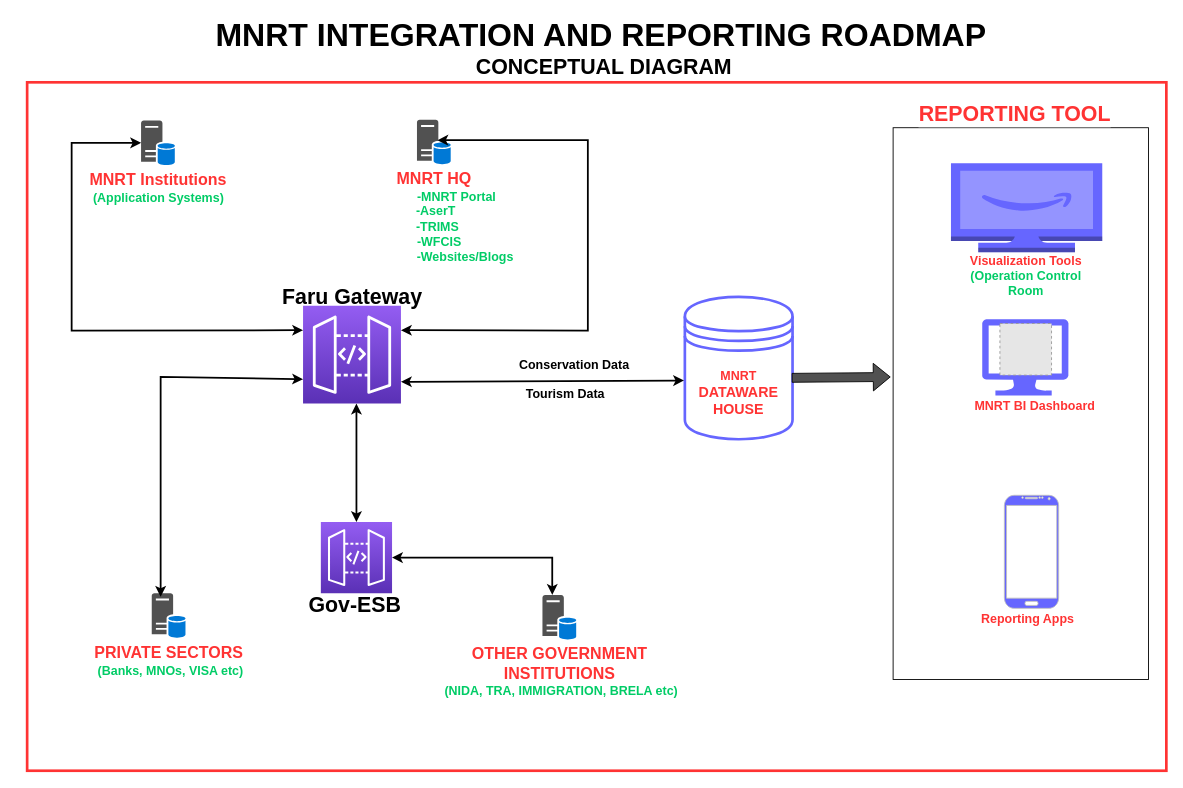
Above: faru-gateway-sketch-template.drawio in MbalamulaS/tech-diagrams (draw.io), before the change. Source tidied: cells renumbered, new cells numbered last; positions are measured from the earlier drawing's top-left corner, leaving out a move shared by most shapes. Both pictures are drawn from the tidied source at 89%, with x=0, y=0 at pixel (27, 20). Pictures stored in the file or linked from it are replaced by grey dashed boxes.
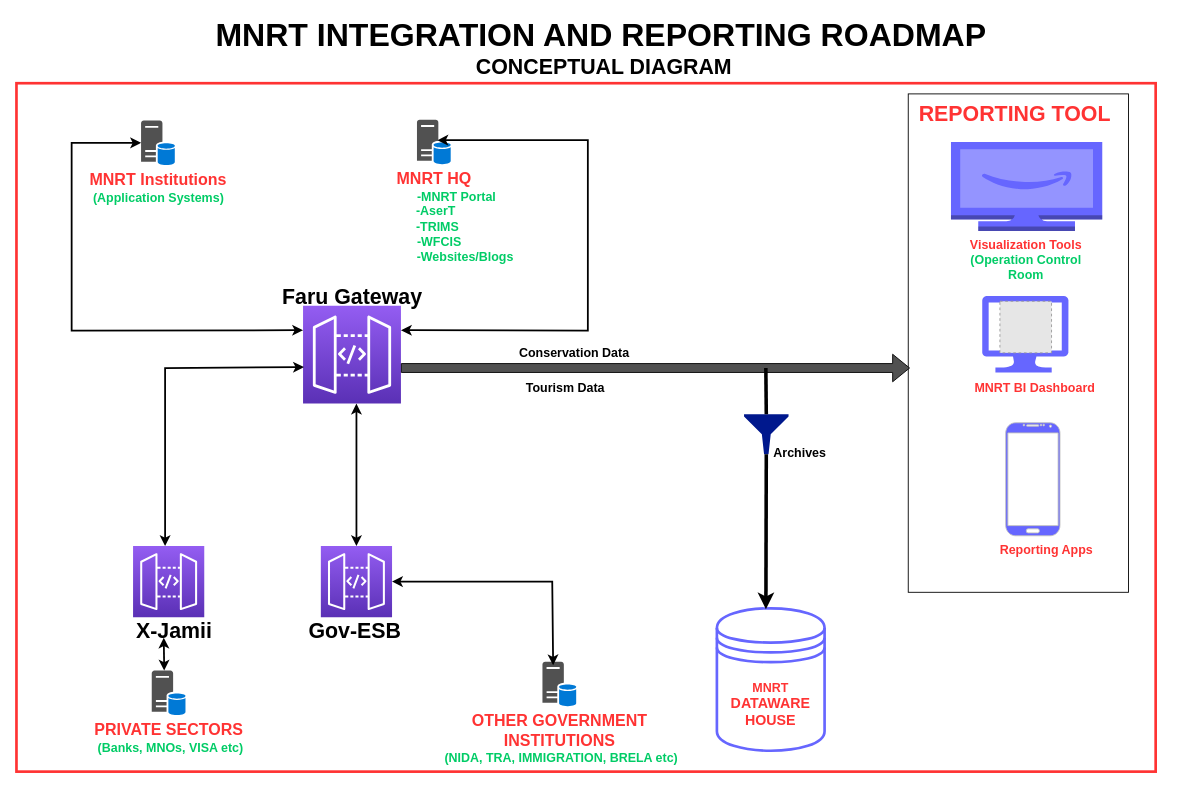
The same diagram, later.

The change refers to these unchanged cells:
```xml
<mxCell id="4" style="sketch=0;points=[[0,0,0,0,0],[0,0.25,0,0,0],[0,0.5,0,0,0],[0,0.75,0,0,0],[0,1,0,0,0],[0.25,0,0,0,0],[0.25,1,0,0,0],[0.5,0,0,0,0],[0.5,1,0,0,0],[0.75,0,0,0,0],[0.75,1,0,0,0],[1,0,0,0,0],[1,0.25,0,0,0],[1,0.5,0,0,0],[1,0.75,0,0,0],[1,1,0,0,0]];outlineConnect=0;fontColor=#232F3E;gradientColor=#945DF2;gradientDirection=north;fillColor=#5A30B5;strokeColor=#ffffff;dashed=0;verticalLabelPosition=top;verticalAlign=top;align=center;html=1;fontSize=12;fontStyle=0;shape=mxgraph.aws4.resourceIcon;resIcon=mxgraph.aws4.api_gateway;" parent="1" vertex="1">
  <mxGeometry x="310" y="320" width="110" height="110" as="geometry" />
</mxCell>
```

Diff of the diagram source:
```diff
@@
+    <mxCell id="3" style="rounded=0;whiteSpace=wrap;html=1;strokeColor=#FF3333;dashed=2;fillColor=none;strokeWidth=3;" parent="1" vertex="1">
+      <mxGeometry x="-12" y="70" width="1280" height="773.5" as="geometry" />
+    </mxCell>
     <mxCell id="2" style="rounded=0;whiteSpace=wrap;html=1;" parent="1" vertex="1">
-      <mxGeometry x="973" y="120" width="287" height="620" as="geometry" />
+      <mxGeometry x="990" y="82" width="247.5" height="560" as="geometry" />
     </mxCell>
-    <mxCell id="3" style="rounded=0;whiteSpace=wrap;html=1;strokeColor=#FF3333;dashed=2;fillColor=none;strokeWidth=3;" parent="1" vertex="1">
-      <mxGeometry y="69" width="1280" height="773.5" as="geometry" />
-    </mxCell>
@@
     <mxCell id="5" style="verticalLabelPosition=bottom;html=1;verticalAlign=top;align=center;strokeColor=none;fillColor=#6666FF;shape=mxgraph.azure.computer;" parent="1" vertex="1">
-      <mxGeometry x="1073" y="335" width="97" height="86" as="geometry" />
+      <mxGeometry x="1073" y="309" width="97" height="86" as="geometry" />
     </mxCell>
     <mxCell id="6" style="fillColor=#E6E6E6;strokeColor=#999999;dashed=1;html=1;verticalAlign=top;verticalLabelPosition=bottom;labelBackgroundColor=#ffffff;" parent="1" vertex="1">
-      <mxGeometry x="1093" y="340" width="58" height="58" as="geometry" />
+      <mxGeometry x="1093" y="315" width="58" height="58" as="geometry" />
     </mxCell>
     <mxCell id="7" value="&lt;div&gt;&lt;font style=&quot;font-size: 14px;&quot;&gt;&lt;b&gt;&lt;font color=&quot;#ff3333&quot;&gt;MNRT&lt;/font&gt;&lt;/b&gt;&lt;/font&gt;&lt;/div&gt;&lt;div&gt;&lt;font size=&quot;3&quot; color=&quot;#ff3333&quot;&gt;&lt;b&gt;DATAWARE HOUSE&lt;/b&gt;&lt;br&gt;&lt;/font&gt;&lt;/div&gt;" style="shape=datastore;whiteSpace=wrap;html=1;strokeWidth=3;strokeColor=#6666FF;" parent="1" vertex="1">
-      <mxGeometry x="739" y="310" width="121" height="160" as="geometry" />
+      <mxGeometry x="775" y="660" width="121" height="160" as="geometry" />
     </mxCell>
@@
     <mxCell id="10" style="sketch=0;points=[[0,0,0,0,0],[0,0.25,0,0,0],[0,0.5,0,0,0],[0,0.75,0,0,0],[0,1,0,0,0],[0.25,0,0,0,0],[0.25,1,0,0,0],[0.5,0,0,0,0],[0.5,1,0,0,0],[0.75,0,0,0,0],[0.75,1,0,0,0],[1,0,0,0,0],[1,0.25,0,0,0],[1,0.5,0,0,0],[1,0.75,0,0,0],[1,1,0,0,0]];outlineConnect=0;fontColor=#232F3E;gradientColor=#945DF2;gradientDirection=north;fillColor=#5A30B5;strokeColor=#ffffff;dashed=0;verticalLabelPosition=top;verticalAlign=top;align=center;html=1;fontSize=12;fontStyle=0;shape=mxgraph.aws4.resourceIcon;resIcon=mxgraph.aws4.api_gateway;" parent="1" vertex="1">
-      <mxGeometry x="330" y="563" width="80" height="80" as="geometry" />
+      <mxGeometry x="330" y="590" width="80" height="80" as="geometry" />
     </mxCell>
     <mxCell id="11" value="&lt;font style=&quot;font-size: 24px;&quot;&gt;&lt;b&gt;Gov-ESB&lt;/b&gt;&lt;/font&gt;" style="text;html=1;align=center;verticalAlign=middle;strokeColor=none;fillColor=none;color=ffffff;" parent="1" vertex="1">
-      <mxGeometry x="303" y="637" width="130" height="40" as="geometry" />
+      <mxGeometry x="303" y="666" width="130" height="40" as="geometry" />
     </mxCell>
     <mxCell id="12" value="&lt;div&gt;&lt;b&gt;&lt;font style=&quot;font-size: 18px;&quot; color=&quot;#ff3333&quot;&gt;PRIVATE SECTORS&lt;/font&gt;&lt;/b&gt;&lt;/div&gt;&lt;div&gt;&lt;b&gt;&lt;font style=&quot;font-size: 14px;&quot; color=&quot;#00cc66&quot;&gt;&amp;nbsp;(Banks, MNOs, VISA etc)&lt;br&gt;&lt;/font&gt;&lt;/b&gt;&lt;/div&gt;" style="sketch=0;shadow=0;dashed=0;html=1;strokeColor=none;labelPosition=center;verticalLabelPosition=bottom;verticalAlign=top;align=center;fillColor=#515151;shape=mxgraph.mscae.system_center.primary_site;" parent="1" vertex="1">
-      <mxGeometry x="140" y="643" width="38" height="50" as="geometry" />
+      <mxGeometry x="140" y="730" width="38" height="50" as="geometry" />
     </mxCell>
@@
-    <mxCell id="14" style="endArrow=classic;startArrow=classic;html=1;rounded=0;shadow=0;strokeColor=default;strokeWidth=2;align=center;verticalAlign=middle;fontFamily=Helvetica;fontSize=11;fontColor=default;labelBackgroundColor=default;fillColor=#515151;entryX=0;entryY=0.75;entryDx=0;entryDy=0;entryPerimeter=0;exitX=0.263;exitY=0.08;exitDx=0;exitDy=0;exitPerimeter=0;" parent="1" edge="1" source="12" target="4">
+    <mxCell id="14" style="endArrow=classic;startArrow=classic;html=1;rounded=0;shadow=0;strokeColor=default;strokeWidth=2;align=center;verticalAlign=middle;fontFamily=Helvetica;fontSize=11;fontColor=default;labelBackgroundColor=default;fillColor=#515151;exitX=0.263;exitY=0.08;exitDx=0;exitDy=0;exitPerimeter=0;entryX=0.009;entryY=0.627;entryDx=0;entryDy=0;entryPerimeter=0;" parent="1" edge="1" target="4">
       <mxGeometry relative="1" as="geometry">
+        <mxPoint x="155" y="590" as="sourcePoint" />
         <Array as="points">
-          <mxPoint x="150" y="620" />
-          <mxPoint x="150" y="400" />
+          <mxPoint x="155" y="563" />
+          <mxPoint x="155" y="390" />
         </Array>
       </mxGeometry>
     </mxCell>
@@
-    <mxCell id="19" style="endArrow=classic;startArrow=classic;html=1;rounded=0;shadow=0;strokeColor=default;strokeWidth=2;align=center;verticalAlign=middle;fontFamily=Helvetica;fontSize=11;fontColor=default;labelBackgroundColor=default;fillColor=#515151;exitX=-0.008;exitY=0.588;exitDx=0;exitDy=0;entryX=1;entryY=0.75;entryDx=0;entryDy=0;entryPerimeter=0;exitPerimeter=0;" parent="1" edge="1" source="7">
-      <mxGeometry relative="1" as="geometry">
-        <mxPoint x="420" y="405.5" as="targetPoint" />
-      </mxGeometry>
-    </mxCell>
     <mxCell id="20" style="verticalLabelPosition=bottom;verticalAlign=top;html=1;shadow=0;dashed=0;strokeWidth=1;shape=mxgraph.android.phone2;strokeColor=#c0c0c0;fontFamily=Helvetica;fontSize=11;fontColor=default;labelBackgroundColor=default;fillColor=#6666FF;" parent="1" vertex="1">
-      <mxGeometry x="1098" y="533" width="61" height="127" as="geometry" />
+      <mxGeometry x="1099.5" y="451.5" width="61" height="127" as="geometry" />
     </mxCell>
     <mxCell id="21" value="&lt;font style=&quot;font-size: 14px;&quot; color=&quot;#ff3333&quot;&gt;&lt;b&gt;Reporting Apps&lt;br&gt;&lt;/b&gt;&lt;/font&gt;" style="text;html=1;align=center;verticalAlign=middle;whiteSpace=wrap;rounded=0;fontFamily=Helvetica;fontSize=11;fontColor=default;labelBackgroundColor=default;" parent="1" vertex="1">
-      <mxGeometry x="1052" y="657" width="144.5" height="30" as="geometry" />
+      <mxGeometry x="1073" y="578.5" width="144.5" height="30" as="geometry" />
     </mxCell>
@@
     <mxCell id="23" value="&lt;b&gt;&lt;font style=&quot;font-size: 14px;&quot;&gt;Conservation Data&lt;/font&gt;&lt;/b&gt;" style="text;html=1;align=center;verticalAlign=middle;whiteSpace=wrap;rounded=0;" parent="1" vertex="1">
-      <mxGeometry x="550" y="372" width="130" height="30" as="geometry" />
+      <mxGeometry x="550" y="358" width="130" height="30" as="geometry" />
     </mxCell>
     <mxCell id="24" value="&lt;font style=&quot;font-size: 14px;&quot;&gt;&lt;b&gt;Tourism Data&lt;/b&gt;&lt;/font&gt;" style="text;html=1;align=center;verticalAlign=middle;whiteSpace=wrap;rounded=0;" parent="1" vertex="1">
-      <mxGeometry x="540" y="404" width="130" height="30" as="geometry" />
+      <mxGeometry x="540" y="398" width="130" height="30" as="geometry" />
     </mxCell>
     <mxCell id="25" value="&lt;div&gt;&lt;b&gt;&lt;font style=&quot;font-size: 18px;&quot; color=&quot;#ff3333&quot;&gt;OTHER GOVERNMENT&lt;/font&gt;&lt;/b&gt;&lt;/div&gt;&lt;div&gt;&lt;b&gt;&lt;font style=&quot;font-size: 18px;&quot; color=&quot;#ff3333&quot;&gt;INSTITUTIONS&lt;br&gt;&lt;/font&gt;&lt;/b&gt;&lt;/div&gt;&lt;div&gt;&lt;b&gt;&lt;font style=&quot;font-size: 14px;&quot; color=&quot;#00cc66&quot;&gt;&amp;nbsp;(NIDA, TRA, IMMIGRATION, BRELA etc)&lt;br&gt;&lt;/font&gt;&lt;/b&gt;&lt;/div&gt;" style="sketch=0;shadow=0;dashed=0;html=1;strokeColor=none;labelPosition=center;verticalLabelPosition=bottom;verticalAlign=top;align=center;fillColor=#515151;shape=mxgraph.mscae.system_center.primary_site;" parent="1" vertex="1">
-      <mxGeometry x="579" y="645" width="38" height="50" as="geometry" />
+      <mxGeometry x="579" y="720" width="38" height="50" as="geometry" />
     </mxCell>
-    <mxCell id="26" style="endArrow=classic;startArrow=classic;html=1;rounded=0;shadow=0;strokeColor=default;strokeWidth=2;align=center;verticalAlign=middle;fontFamily=Helvetica;fontSize=11;fontColor=default;labelBackgroundColor=default;fillColor=#515151;entryX=1;entryY=0.5;entryDx=0;entryDy=0;entryPerimeter=0;exitX=0.31;exitY=0.044;exitDx=0;exitDy=0;exitPerimeter=0;" parent="1" edge="1" target="10">
+    <mxCell id="26" style="endArrow=classic;startArrow=classic;html=1;rounded=0;shadow=0;strokeColor=default;strokeWidth=2;align=center;verticalAlign=middle;fontFamily=Helvetica;fontSize=11;fontColor=default;labelBackgroundColor=default;fillColor=#515151;entryX=1;entryY=0.5;entryDx=0;entryDy=0;entryPerimeter=0;exitX=0.316;exitY=0.08;exitDx=0;exitDy=0;exitPerimeter=0;" parent="1" edge="1" source="25" target="10">
       <mxGeometry relative="1" as="geometry">
-        <mxPoint x="590" y="645" as="sourcePoint" />
         <Array as="points">
-          <mxPoint x="590" y="620" />
-          <mxPoint x="590" y="603" />
+          <mxPoint x="590" y="630" />
         </Array>
       </mxGeometry>
     </mxCell>
     <mxCell id="27" style="dashed=0;verticalLabelPosition=bottom;verticalAlign=top;align=center;html=1;shape=mxgraph.aws3.fire_tv;fillColor=#6666FF;gradientColor=none;" parent="1" vertex="1">
-      <mxGeometry x="1038" y="160" width="170" height="100" as="geometry" />
+      <mxGeometry x="1038" y="136" width="170" height="100" as="geometry" />
     </mxCell>
     <mxCell id="28" value="&lt;div&gt;&lt;font style=&quot;font-size: 14px;&quot; color=&quot;#ff3333&quot;&gt;&lt;b&gt;Visualization Tools&lt;/b&gt;&lt;/font&gt;&lt;/div&gt;&lt;b&gt;&lt;font style=&quot;font-size: 14px;&quot; color=&quot;#00cc66&quot;&gt;(Operation Control Room&lt;br&gt;&lt;/font&gt;&lt;/b&gt;" style="text;html=1;align=center;verticalAlign=middle;whiteSpace=wrap;rounded=0;fontFamily=Helvetica;fontSize=11;fontColor=default;labelBackgroundColor=default;" parent="1" vertex="1">
-      <mxGeometry x="1049.8" y="272" width="144.5" height="30" as="geometry" />
+      <mxGeometry x="1049.8" y="254" width="144.5" height="30" as="geometry" />
     </mxCell>
     <mxCell id="29" value="&lt;font color=&quot;#ff3333&quot; style=&quot;font-size: 14px;&quot;&gt;&lt;b&gt;MNRT BI Dashboard&lt;br&gt;&lt;/b&gt;&lt;/font&gt;" style="text;html=1;align=center;verticalAlign=middle;whiteSpace=wrap;rounded=0;fontFamily=Helvetica;fontSize=11;fontColor=default;labelBackgroundColor=default;" parent="1" vertex="1">
-      <mxGeometry x="1059.8" y="418" width="144.5" height="30" as="geometry" />
+      <mxGeometry x="1059.8" y="397" width="144.5" height="30" as="geometry" />
     </mxCell>
@@
-    <mxCell id="31" style="shape=flexArrow;endArrow=classic;html=1;rounded=0;entryX=0.758;entryY=0.428;entryDx=0;entryDy=0;entryPerimeter=0;exitX=0.992;exitY=0.569;exitDx=0;exitDy=0;exitPerimeter=0;fillColor=#515151;" parent="1" edge="1" source="7" target="3">
-      <mxGeometry relative="1" as="geometry" />
+    <mxCell id="31" style="shape=flexArrow;endArrow=classic;html=1;rounded=0;entryX=0.008;entryY=0.55;entryDx=0;entryDy=0;entryPerimeter=0;fillColor=#515151;" parent="1" edge="1" target="2">
+      <mxGeometry relative="1" as="geometry">
+        <mxPoint x="420" y="390" as="sourcePoint" />
+      </mxGeometry>
     </mxCell>
+    <mxCell id="32" style="sketch=0;fontColor=#232F3E;gradientColor=#945DF2;gradientDirection=north;fillColor=#5A30B5;strokeColor=#ffffff;dashed=0;verticalLabelPosition=top;verticalAlign=top;align=center;html=1;fontSize=12;fontStyle=0;shape=mxgraph.aws4.resourceIcon;resIcon=mxgraph.aws4.api_gateway;" parent="1" vertex="1">
+      <mxGeometry x="119" y="590" width="80" height="80" as="geometry" />
+    </mxCell>
+    <mxCell id="33" style="sketch=0;shadow=0;dashed=0;html=1;strokeColor=none;labelPosition=center;verticalLabelPosition=bottom;verticalAlign=top;align=center;fillColor=#00188D;shape=mxgraph.mscae.enterprise.filter;" parent="1" vertex="1">
+      <mxGeometry x="805.5" y="442" width="50" height="45" as="geometry" />
+    </mxCell>
+    <mxCell id="34" style="endArrow=none;html=1;rounded=0;exitX=0.5;exitY=0;exitDx=0;exitDy=0;exitPerimeter=0;strokeWidth=4;" parent="1" edge="1" source="33">
+      <mxGeometry relative="1" as="geometry">
+        <mxPoint x="830" y="390" as="targetPoint" />
+      </mxGeometry>
+    </mxCell>
+    <mxCell id="35" value="&lt;font style=&quot;font-size: 24px;&quot;&gt;&lt;b&gt;X-Jamii&lt;/b&gt;&lt;/font&gt;" style="text;html=1;align=center;verticalAlign=middle;strokeColor=none;fillColor=none;color=ffffff;" parent="1" vertex="1">
+      <mxGeometry x="110" y="666" width="110" height="40" as="geometry" />
+    </mxCell>
+    <mxCell id="36" style="endArrow=classic;startArrow=classic;html=1;rounded=0;shadow=0;strokeColor=default;strokeWidth=2;align=center;verticalAlign=middle;fontFamily=Helvetica;fontSize=11;fontColor=default;labelBackgroundColor=default;fillColor=#515151;exitX=0.5;exitY=0;exitDx=0;exitDy=0;exitPerimeter=0;" parent="1" edge="1">
+      <mxGeometry relative="1" as="geometry">
+        <mxPoint x="154" y="730" as="sourcePoint" />
+        <mxPoint x="154" y="693" as="targetPoint" />
+        <Array as="points">
+          <mxPoint x="153.5" y="693" />
+        </Array>
+      </mxGeometry>
+    </mxCell>
+    <mxCell id="37" style="endArrow=classic;html=1;rounded=0;exitX=0.5;exitY=1;exitDx=0;exitDy=0;exitPerimeter=0;entryX=0.455;entryY=0.006;entryDx=0;entryDy=0;entryPerimeter=0;strokeWidth=4;" parent="1" edge="1" source="33" target="7">
+      <mxGeometry relative="1" as="geometry" />
+    </mxCell>
+    <mxCell id="38" value="&lt;font style=&quot;font-size: 14px;&quot;&gt;&lt;b&gt;Archives&lt;/b&gt;&lt;/font&gt;" style="text;html=1;align=center;verticalAlign=middle;whiteSpace=wrap;rounded=0;" parent="1" vertex="1">
+      <mxGeometry x="826" y="470" width="84.5" height="30" as="geometry" />
+    </mxCell>
```
